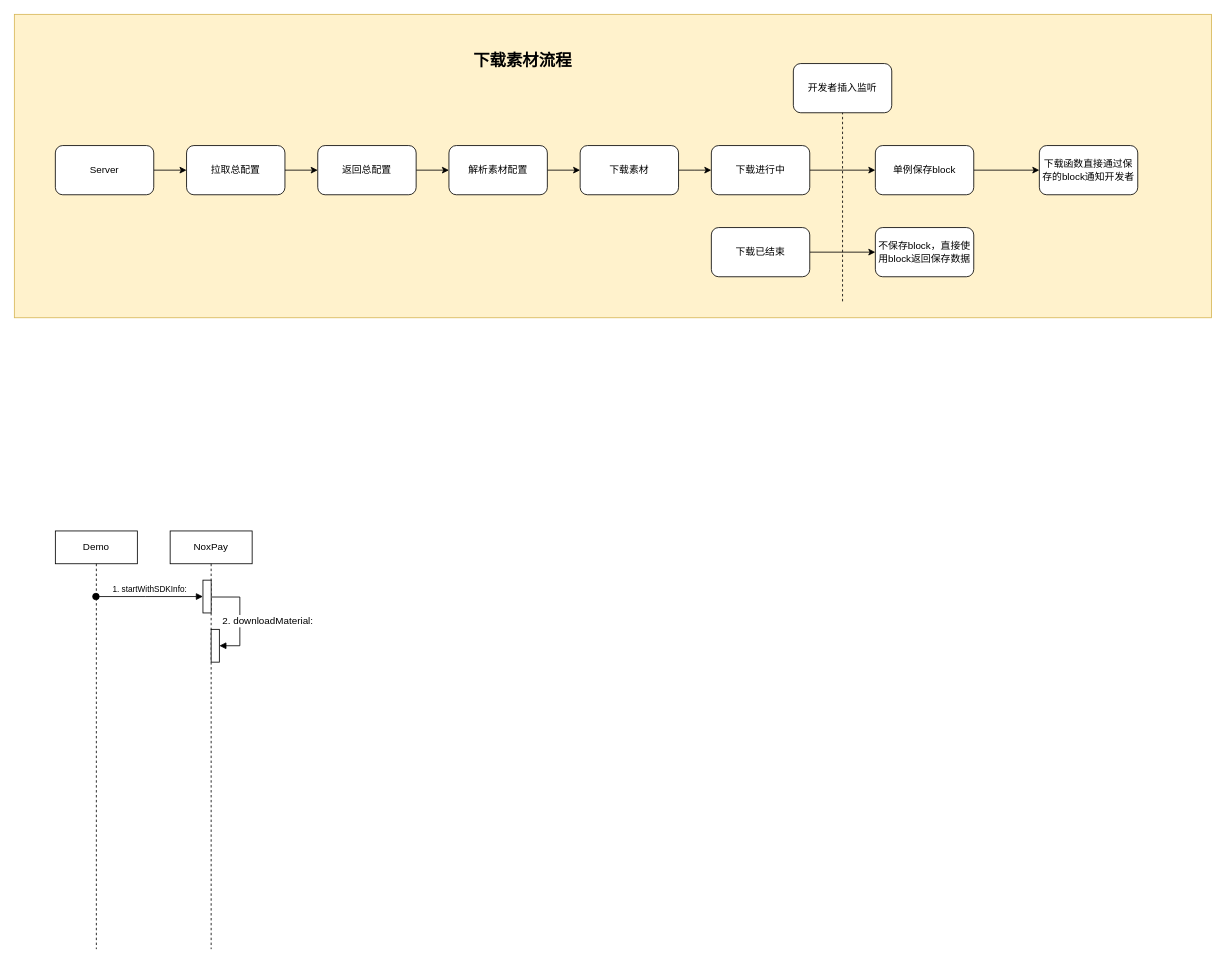
Earlier version of the draw.io diagram NoxPay-素材模块.drawio (ChinaChong/Diagrams). Source tidied: cells renumbered, new cells numbered last; positions are measured from the earlier drawing's top-left corner, leaving out a move shared by most shapes. Both pictures are drawn from the tidied source at 82%, with x=0, y=0 at pixel (14, 14).
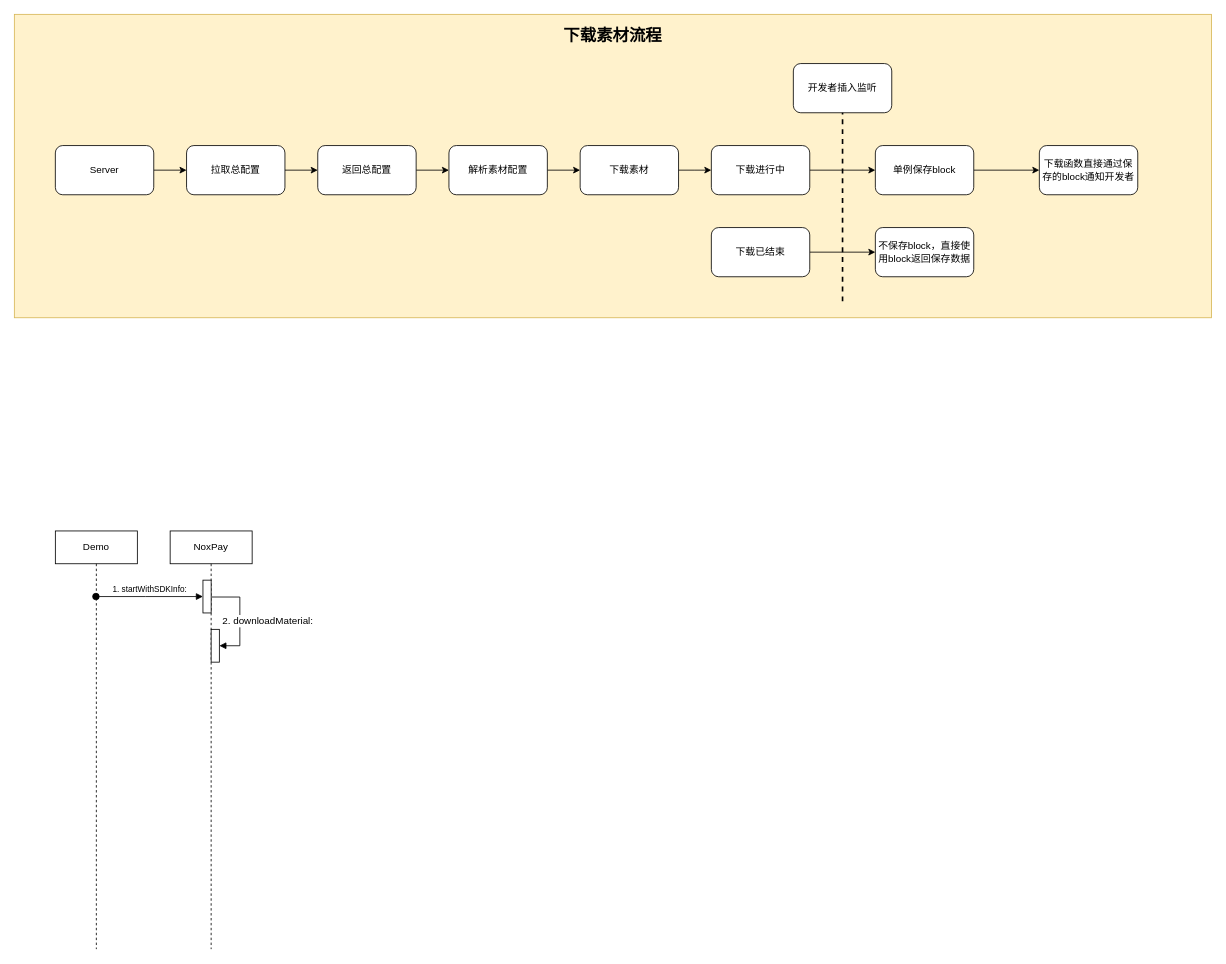
The same page after the edit.

Commit message:
更新NoxPay-素材模块.drawio

The change refers to these unchanged cells:
```xml
<mxCell id="24" value="开发者插入监听" style="rounded=1;whiteSpace=wrap;html=1;" parent="1" vertex="1">
  <mxGeometry x="950" y="60" width="120" height="60" as="geometry" />
</mxCell>
```

Diff of the diagram source:
```diff
@@
     <mxCell id="19" value="下载素材流程" style="text;html=1;strokeColor=none;fillColor=none;align=center;verticalAlign=middle;whiteSpace=wrap;rounded=0;fontSize=20;fontStyle=1;" parent="1" vertex="1">
-      <mxGeometry x="530" y="40" width="180" height="30" as="geometry" />
+      <mxGeometry x="640" y="10" width="180" height="30" as="geometry" />
     </mxCell>
@@
-    <mxCell id="25" style="endArrow=none;dashed=1;html=1;rounded=0;fontSize=20;entryX=0.5;entryY=1;entryDx=0;entryDy=0;" parent="1" edge="1" target="24">
+    <mxCell id="25" style="endArrow=none;dashed=1;html=1;rounded=0;fontSize=20;entryX=0.5;entryY=1;entryDx=0;entryDy=0;strokeWidth=2;" parent="1" edge="1" target="24">
       <mxGeometry relative="1" as="geometry">
         <mxPoint x="1010" y="350" as="sourcePoint" />
       </mxGeometry>
     </mxCell>
```
